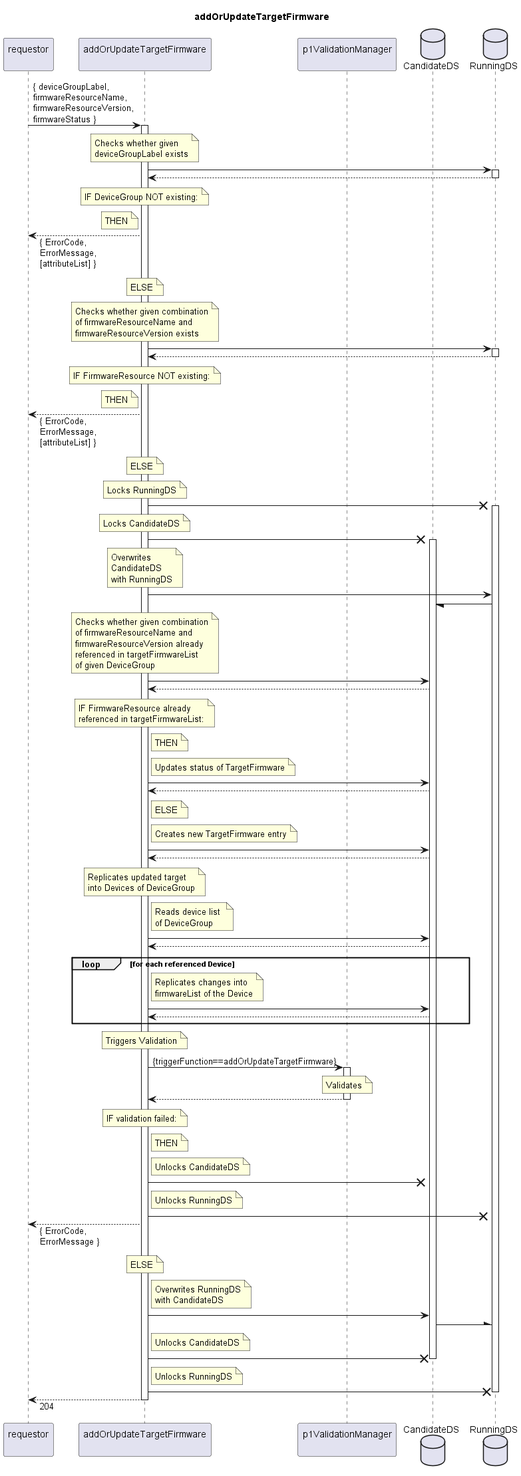
Above: spec/Services/addOrUpdateTargetFirmware/1.0.0/addOrUpdateTargetFirmware.png in openBackhaul/FirmWareManager (PlantUML), before the change.
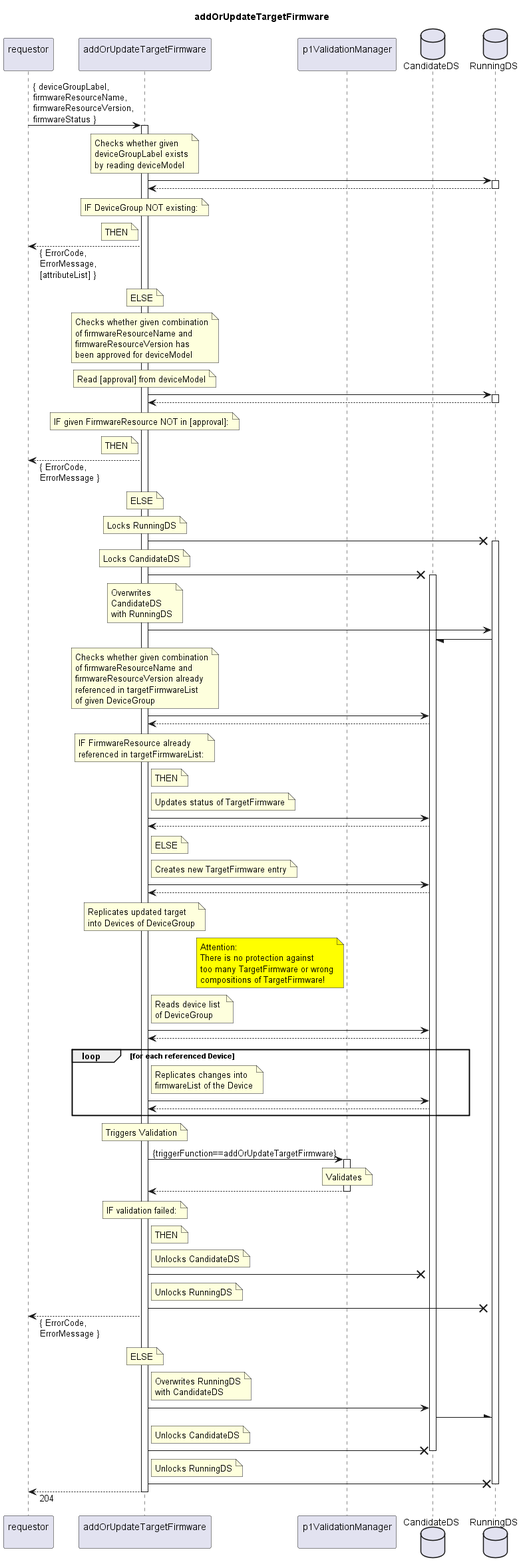
Above is the later version.

Change to the diagram source:
```diff
@@ -17,6 +17,7 @@
   note over indServ
     Checks whether given
     deviceGroupLabel exists
+    by reading deviceModel
   end note
   indServ -> RunDS
   activate RunDS
@@ -36,19 +37,23 @@
   note over indServ
     Checks whether given combination
     of firmwareResourceName and
-    firmwareResourceVersion exists
+    firmwareResourceVersion has
+    been approved for deviceModel
+  end note
+  note over indServ
+    Read [approval] from deviceModel
   end note
   indServ -> RunDS
   activate RunDS
   indServ <-- RunDS
   deactivate RunDS
   note over indServ
-    IF FirmwareResource NOT existing:
+    IF given FirmwareResource NOT in [approval]:
   end note
   note left indServ
     THEN
   end note
-  requestor <-- indServ: { ErrorCode,\nErrorMessage,\n[attributeList] }
+  requestor <-- indServ: { ErrorCode,\nErrorMessage }
   note over indServ
     ELSE
   end note
@@ -104,6 +109,12 @@
   note over indServ
     Replicates updated target
     into Devices of DeviceGroup
+  end note
+  note left valiMan #Yellow
+    Attention:
+    There is no protection against
+    too many TargetFirmware or wrong
+    compositions of TargetFirmware!
   end note
   note right indServ
     Reads device list
```
